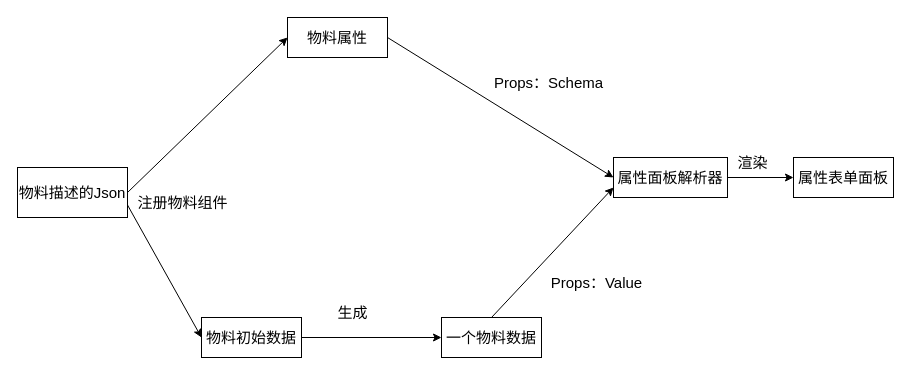
This is 第四章/属性表单面板形成设计图.drawio from yuxinyu12345/diagrams, a draw.io file, before an edit. Source tidied: cells renumbered, new cells numbered last; positions are measured from the earlier drawing's top-left corner, leaving out a move shared by most shapes. Both pictures are drawn from the tidied source at 100%, with x=0, y=0 at pixel (17, 17).
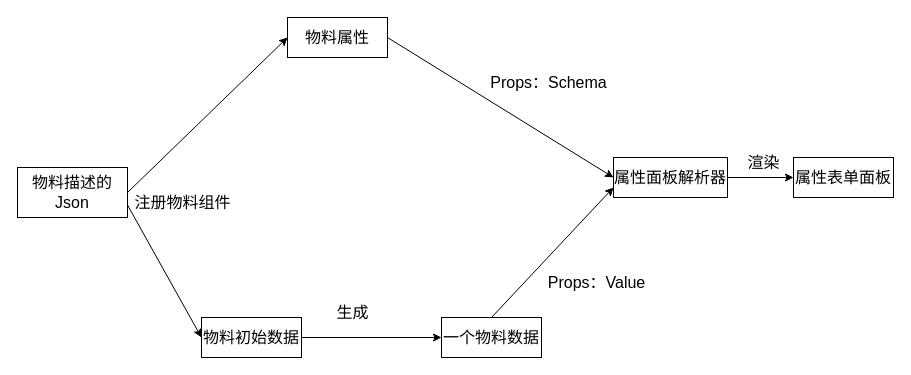
The same diagram, later.

Commit message:
更新属性表单面板形成设计图.drawio

Diff of the diagram source:
```diff
@@
 <mxGraphModel>
   <root>
     <mxCell id="0" />
     <mxCell id="1" parent="0" />
-    <mxCell id="2" value="物料描述的Json" style="rounded=0;whiteSpace=wrap;html=1;fontSize=15;" parent="1" vertex="1">
+    <mxCell id="2" value="物料描述的Json" style="rounded=0;whiteSpace=wrap;html=1;fontSize=16;" parent="1" vertex="1">
       <mxGeometry y="150" width="110" height="50" as="geometry" />
     </mxCell>
-    <mxCell id="3" value="物料属性" style="rounded=0;whiteSpace=wrap;html=1;fontSize=15;" parent="1" vertex="1">
+    <mxCell id="3" value="物料属性" style="rounded=0;whiteSpace=wrap;html=1;fontSize=16;" parent="1" vertex="1">
       <mxGeometry x="270" width="100" height="40" as="geometry" />
     </mxCell>
-    <mxCell id="4" style="edgeStyle=orthogonalEdgeStyle;rounded=0;jettySize=auto;html=1;exitX=1;exitY=0.5;exitDx=0;exitDy=0;fontSize=15;" parent="1" edge="1" source="5" target="13">
+    <mxCell id="4" style="edgeStyle=orthogonalEdgeStyle;rounded=0;jettySize=auto;html=1;exitX=1;exitY=0.5;exitDx=0;exitDy=0;fontSize=16;" parent="1" edge="1" source="5" target="13">
       <mxGeometry relative="1" as="geometry" />
     </mxCell>
-    <mxCell id="5" value="物料初始数据" style="rounded=0;whiteSpace=wrap;html=1;fontSize=15;" parent="1" vertex="1">
+    <mxCell id="5" value="物料初始数据" style="rounded=0;whiteSpace=wrap;html=1;fontSize=16;" parent="1" vertex="1">
       <mxGeometry x="184" y="300" width="100" height="40" as="geometry" />
     </mxCell>
-    <mxCell id="6" value="属性面板解析器" style="rounded=0;whiteSpace=wrap;html=1;fontSize=15;" parent="1" vertex="1">
+    <mxCell id="6" value="属性面板解析器" style="rounded=0;whiteSpace=wrap;html=1;fontSize=16;" parent="1" vertex="1">
       <mxGeometry x="596" y="140" width="114" height="40" as="geometry" />
     </mxCell>
-    <mxCell id="7" value="属性表单面板" style="rounded=0;whiteSpace=wrap;html=1;fontSize=15;" parent="1" vertex="1">
+    <mxCell id="7" value="属性表单面板" style="rounded=0;whiteSpace=wrap;html=1;fontSize=16;" parent="1" vertex="1">
       <mxGeometry x="776" y="140" width="100" height="40" as="geometry" />
     </mxCell>
-    <mxCell id="8" style="endArrow=classic;html=1;rounded=0;exitX=1;exitY=0.5;exitDx=0;exitDy=0;entryX=0;entryY=0.5;entryDx=0;entryDy=0;fontSize=15;" parent="1" edge="1" source="2" target="3">
+    <mxCell id="8" style="endArrow=classic;html=1;rounded=0;exitX=1;exitY=0.5;exitDx=0;exitDy=0;entryX=0;entryY=0.5;entryDx=0;entryDy=0;fontSize=16;" parent="1" edge="1" source="2" target="3">
       <mxGeometry relative="1" as="geometry" />
     </mxCell>
-    <mxCell id="9" style="endArrow=classic;html=1;rounded=0;exitX=1;exitY=0.75;exitDx=0;exitDy=0;entryX=0;entryY=0.5;entryDx=0;entryDy=0;fontSize=15;" parent="1" edge="1" source="2" target="5">
+    <mxCell id="9" style="endArrow=classic;html=1;rounded=0;exitX=1;exitY=0.75;exitDx=0;exitDy=0;entryX=0;entryY=0.5;entryDx=0;entryDy=0;fontSize=16;" parent="1" edge="1" source="2" target="5">
       <mxGeometry relative="1" as="geometry" />
     </mxCell>
-    <mxCell id="10" style="endArrow=classic;html=1;rounded=0;exitX=1;exitY=0.5;exitDx=0;exitDy=0;entryX=0;entryY=0.5;entryDx=0;entryDy=0;fontSize=15;" parent="1" edge="1" source="3" target="6">
+    <mxCell id="10" style="endArrow=classic;html=1;rounded=0;exitX=1;exitY=0.5;exitDx=0;exitDy=0;entryX=0;entryY=0.5;entryDx=0;entryDy=0;fontSize=16;" parent="1" edge="1" source="3" target="6">
       <mxGeometry relative="1" as="geometry" />
     </mxCell>
-    <mxCell id="11" style="endArrow=classic;html=1;rounded=0;exitX=0.5;exitY=0;exitDx=0;exitDy=0;entryX=0;entryY=0.75;entryDx=0;entryDy=0;fontSize=15;" parent="1" edge="1" source="13" target="6">
+    <mxCell id="11" style="endArrow=classic;html=1;rounded=0;exitX=0.5;exitY=0;exitDx=0;exitDy=0;entryX=0;entryY=0.75;entryDx=0;entryDy=0;fontSize=16;" parent="1" edge="1" source="13" target="6">
       <mxGeometry relative="1" as="geometry" />
     </mxCell>
-    <mxCell id="12" style="endArrow=classic;html=1;rounded=0;exitX=1;exitY=0.5;exitDx=0;exitDy=0;fontSize=15;" parent="1" edge="1" source="6" target="7">
+    <mxCell id="12" style="endArrow=classic;html=1;rounded=0;exitX=1;exitY=0.5;exitDx=0;exitDy=0;fontSize=16;" parent="1" edge="1" source="6" target="7">
       <mxGeometry relative="1" as="geometry" />
     </mxCell>
-    <mxCell id="13" value="一个物料数据" style="rounded=0;whiteSpace=wrap;html=1;fontSize=15;" parent="1" vertex="1">
+    <mxCell id="13" value="一个物料数据" style="rounded=0;whiteSpace=wrap;html=1;fontSize=16;" parent="1" vertex="1">
       <mxGeometry x="424" y="300" width="100" height="40" as="geometry" />
     </mxCell>
-    <mxCell id="14" value="注册物料组件" style="text;html=1;align=center;verticalAlign=middle;strokeColor=none;fillColor=none;fontSize=15;" parent="1" vertex="1">
-      <mxGeometry x="110" y="170" width="110" height="30" as="geometry" />
+    <mxCell id="14" value="注册物料组件" style="text;html=1;align=center;verticalAlign=middle;strokeColor=none;fillColor=none;fontSize=16;" parent="1" vertex="1">
+      <mxGeometry x="105" y="170" width="120" height="30" as="geometry" />
     </mxCell>
-    <mxCell id="15" value="Props：Schema" style="text;html=1;align=center;verticalAlign=middle;strokeColor=none;fillColor=none;fontSize=15;" parent="1" vertex="1">
-      <mxGeometry x="466" y="50" width="130" height="30" as="geometry" />
+    <mxCell id="15" value="Props：Schema" style="text;html=1;align=center;verticalAlign=middle;strokeColor=none;fillColor=none;fontSize=16;" parent="1" vertex="1">
+      <mxGeometry x="461" y="50" width="140" height="30" as="geometry" />
     </mxCell>
-    <mxCell id="16" value="Props：Value" style="text;html=1;align=center;verticalAlign=middle;strokeColor=none;fillColor=none;fontSize=15;" parent="1" vertex="1">
-      <mxGeometry x="524" y="250" width="110" height="30" as="geometry" />
+    <mxCell id="16" value="Props：Value" style="text;html=1;align=center;verticalAlign=middle;strokeColor=none;fillColor=none;fontSize=16;" parent="1" vertex="1">
+      <mxGeometry x="519" y="250" width="120" height="30" as="geometry" />
     </mxCell>
-    <mxCell id="17" value="渲染" style="text;html=1;align=center;verticalAlign=middle;strokeColor=none;fillColor=none;fontSize=15;" parent="1" vertex="1">
-      <mxGeometry x="710" y="130" width="50" height="30" as="geometry" />
+    <mxCell id="17" value="渲染" style="text;html=1;align=center;verticalAlign=middle;strokeColor=none;fillColor=none;fontSize=16;" parent="1" vertex="1">
+      <mxGeometry x="716" y="130" width="60" height="30" as="geometry" />
     </mxCell>
-    <mxCell id="18" value="生成" style="text;html=1;align=center;verticalAlign=middle;strokeColor=none;fillColor=none;fontSize=15;" parent="1" vertex="1">
-      <mxGeometry x="310" y="280" width="50" height="30" as="geometry" />
+    <mxCell id="18" value="生成" style="text;html=1;align=center;verticalAlign=middle;strokeColor=none;fillColor=none;fontSize=16;" parent="1" vertex="1">
+      <mxGeometry x="305" y="280" width="60" height="30" as="geometry" />
     </mxCell>
   </root>
 </mxGraphModel>
```
